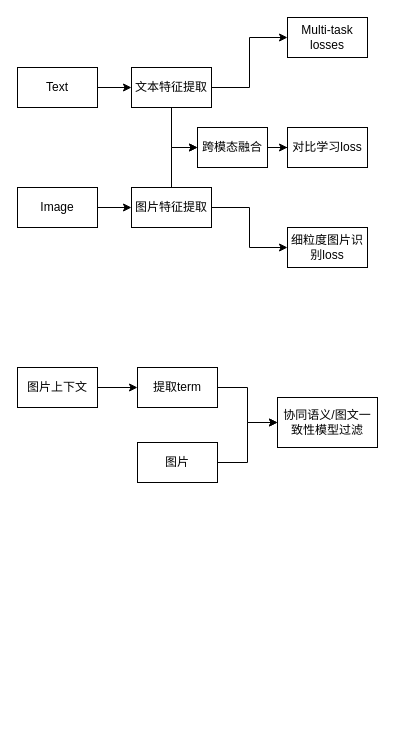
The draw.io diagram 相关性2.0.drawio in 2018liuyan/one, before the edit. Source tidied: cells renumbered, new cells numbered last; positions are measured from the earlier drawing's top-left corner, leaving out a move shared by most shapes. Both pictures are drawn from the tidied source at 100%, with x=0, y=0 at pixel (17, 17).
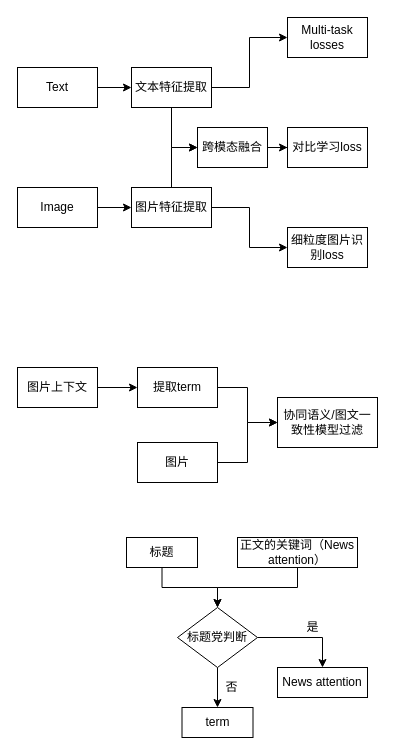
After the change.

Change to the diagram source:
```diff
@@
+    <mxCell id="24" style="edgeStyle=orthogonalEdgeStyle;rounded=0;jettySize=auto;html=1;entryX=0.5;entryY=0;entryDx=0;entryDy=0;" parent="1" edge="1" source="25" target="30">
+      <mxGeometry relative="1" as="geometry" />
+    </mxCell>
+    <mxCell id="25" value="标题" style="rounded=0;whiteSpace=wrap;html=1;" parent="1" vertex="1">
+      <mxGeometry x="109" y="520" width="71" height="30" as="geometry" />
+    </mxCell>
+    <mxCell id="26" style="edgeStyle=orthogonalEdgeStyle;rounded=0;jettySize=auto;html=1;entryX=0.5;entryY=0;entryDx=0;entryDy=0;" parent="1" edge="1" source="27" target="30">
+      <mxGeometry relative="1" as="geometry" />
+    </mxCell>
+    <mxCell id="27" value="正文的关键词（News attention）" style="rounded=0;whiteSpace=wrap;html=1;" parent="1" vertex="1">
+      <mxGeometry x="220" y="520" width="120" height="30" as="geometry" />
+    </mxCell>
+    <mxCell id="28" style="edgeStyle=orthogonalEdgeStyle;rounded=0;jettySize=auto;html=1;entryX=0.5;entryY=0;entryDx=0;entryDy=0;" parent="1" edge="1" source="30" target="31">
+      <mxGeometry relative="1" as="geometry" />
+    </mxCell>
+    <mxCell id="29" style="edgeStyle=orthogonalEdgeStyle;rounded=0;jettySize=auto;html=1;entryX=0.5;entryY=0;entryDx=0;entryDy=0;" parent="1" edge="1" source="30" target="33">
+      <mxGeometry relative="1" as="geometry" />
+    </mxCell>
+    <mxCell id="30" value="标题党判断" style="rhombus;whiteSpace=wrap;html=1;" parent="1" vertex="1">
+      <mxGeometry x="160" y="590" width="80" height="60" as="geometry" />
+    </mxCell>
+    <mxCell id="31" value="term" style="rounded=0;whiteSpace=wrap;html=1;" parent="1" vertex="1">
+      <mxGeometry x="164.5" y="690" width="71" height="30" as="geometry" />
+    </mxCell>
+    <mxCell id="32" value="否" style="text;html=1;align=center;verticalAlign=middle;strokeColor=none;fillColor=none;" parent="1" vertex="1">
+      <mxGeometry x="199" y="660" width="30" height="20" as="geometry" />
+    </mxCell>
+    <mxCell id="33" value="News attention" style="rounded=0;whiteSpace=wrap;html=1;" parent="1" vertex="1">
+      <mxGeometry x="260" y="650" width="90" height="30" as="geometry" />
+    </mxCell>
+    <mxCell id="34" value="是" style="text;html=1;align=center;verticalAlign=middle;strokeColor=none;fillColor=none;" parent="1" vertex="1">
+      <mxGeometry x="280" y="600" width="30" height="20" as="geometry" />
+    </mxCell>
```
